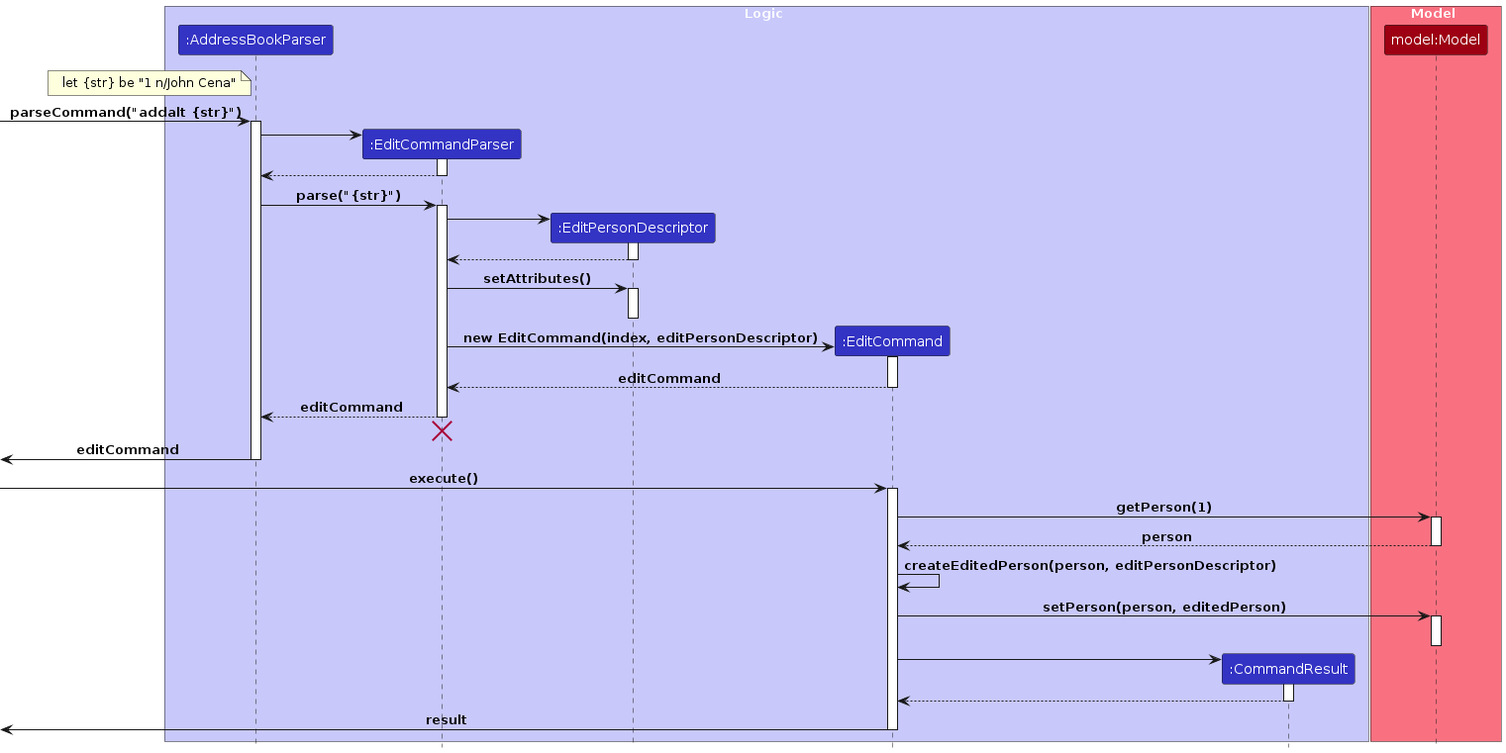
This is diagrams/EditSequenceDiagram.png from kokrui/tp, a PlantUML export, as it was before one commit. Its source is kept beside it as diagrams/EditSequenceDiagram.puml.
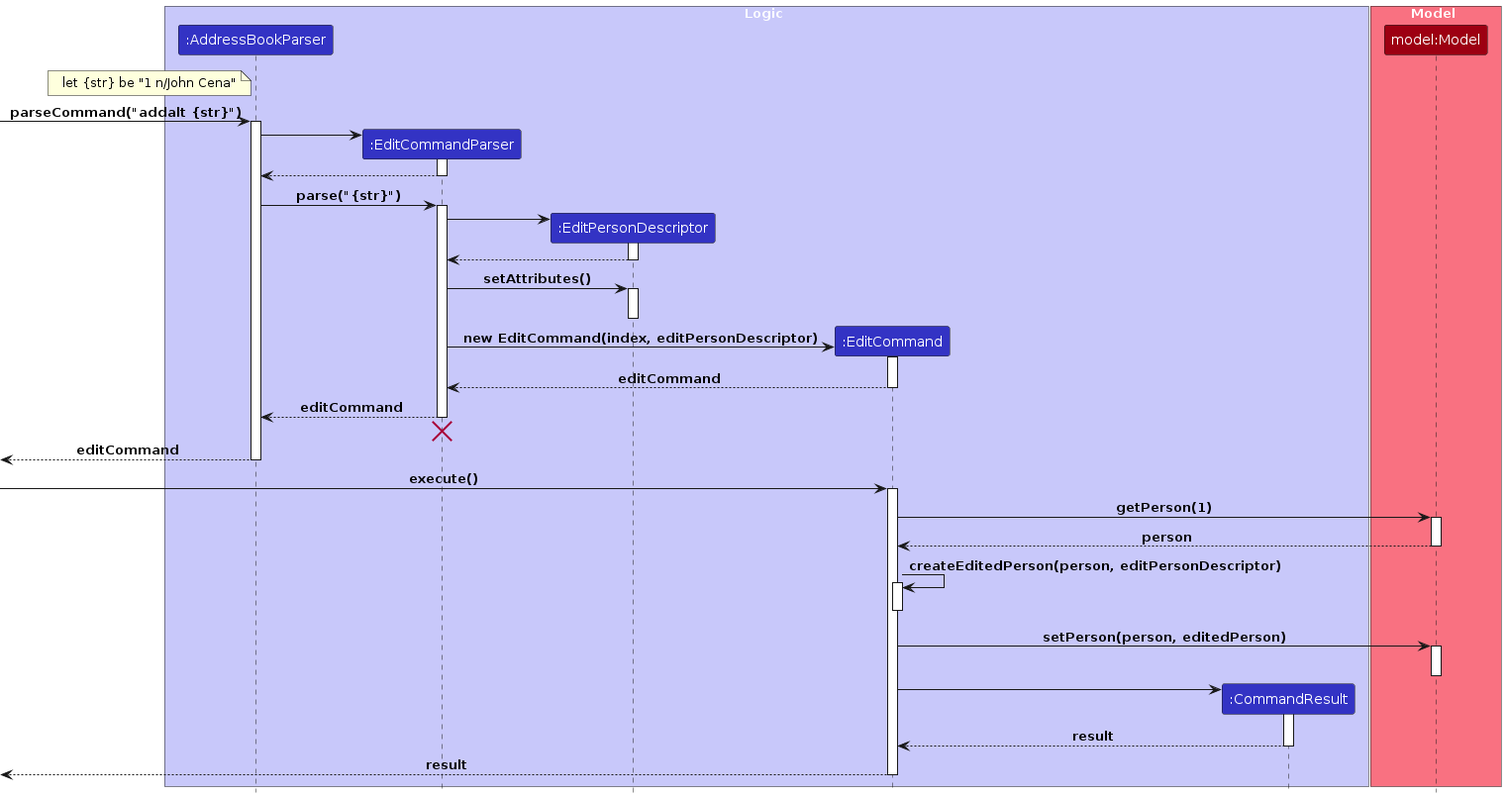
Above is the later version.

The edit, as a diff of the source:
```diff
@@ -51,7 +51,7 @@
 EditCommandParser -[hidden]->
 destroy EditCommandParser
 
-[<- AddressBookParser : editCommand
+[<-- AddressBookParser : editCommand
 deactivate AddressBookParser
 
 [-> EditCommand : execute()
@@ -63,6 +63,8 @@
 deactivate Model
 
 EditCommand -> EditCommand : createEditedPerson(person, editPersonDescriptor)
+activate EditCommand
+deactivate EditCommand
 
 EditCommand -> Model : setPerson(person, editedPerson)
 activate Model
@@ -72,10 +74,10 @@
 EditCommand -> CommandResult
 activate CommandResult
 
-CommandResult --> EditCommand
+CommandResult --> EditCommand : result
 deactivate CommandResult
 
-[<- EditCommand : result
+[<-- EditCommand : result
 deactivate EditCommand
 
 
```
